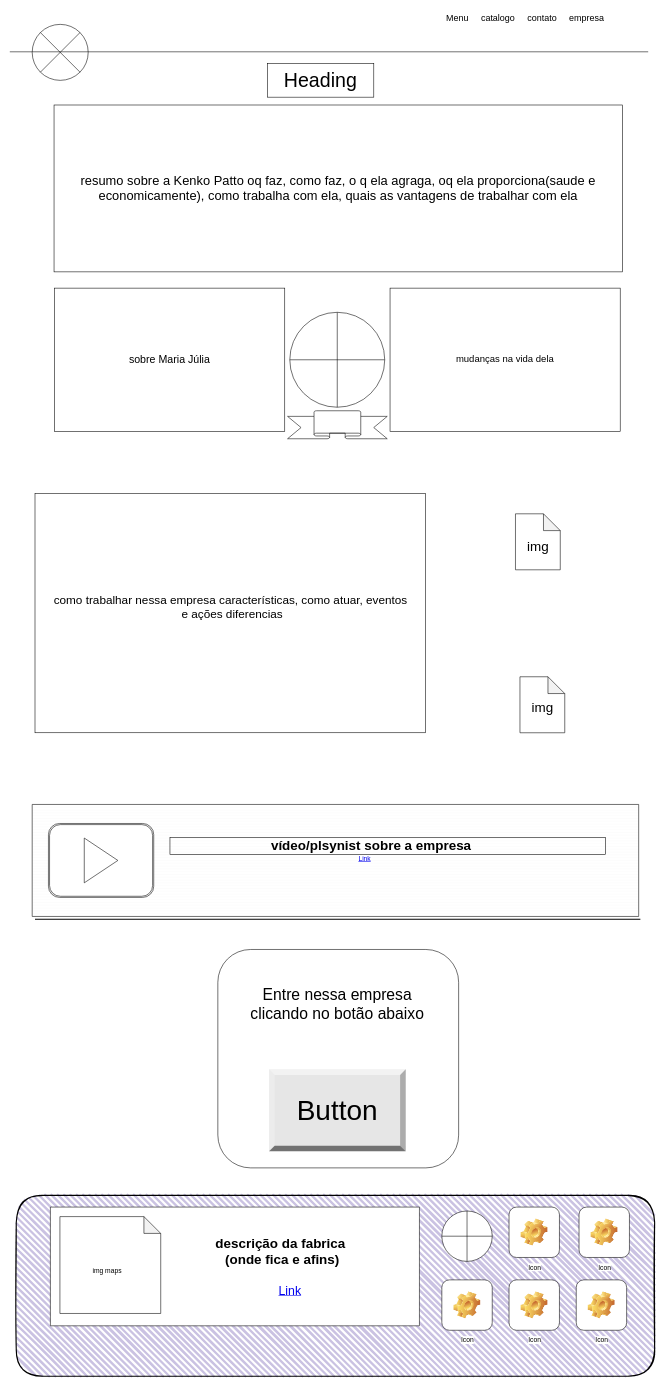
Before: page "Página-1" (1 of 2) of Diagrama sem nome.drawio in josezito69/html5css3, a draw.io diagram. Source tidied: cells renumbered, new cells numbered last; positions are measured from the earlier drawing's top-left corner, leaving out a move shared by most shapes. Both pictures are drawn from the tidied source at 56%, with x=0, y=0 at pixel (10, 10).
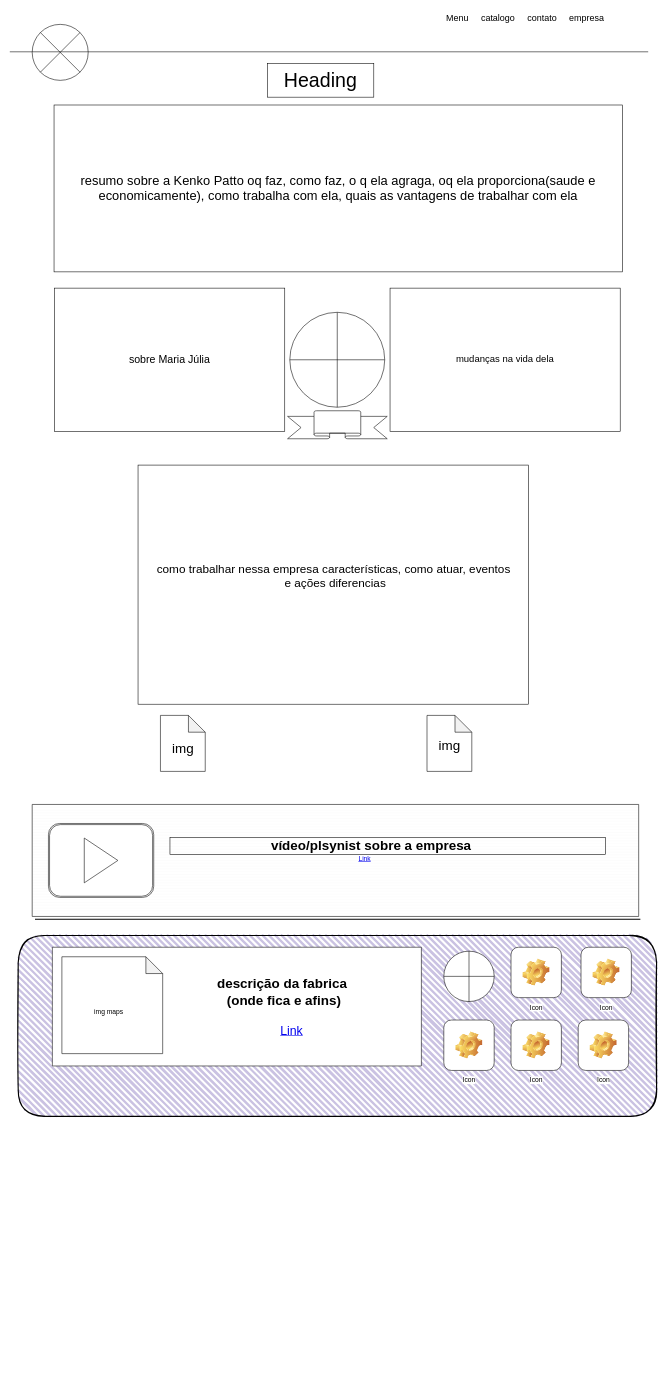
The same page after the edit.

The edit, as a diff of the source:
```diff
@@
-    <mxCell id="2" style="rounded=1;whiteSpace=wrap;html=1;" parent="1" vertex="1">
-      <mxGeometry x="371.5" y="1678" width="430" height="390" as="geometry" />
-    </mxCell>
-    <mxCell id="3" style="rounded=1;whiteSpace=wrap;html=1;strokeWidth=2;fillWeight=4;hachureGap=8;hachureAngle=45;fillColor=#CAC2E2;sketch=1;" parent="1" vertex="1">
-      <mxGeometry x="11.5" y="2117" width="1140" height="323" as="geometry" />
-    </mxCell>
-    <mxCell id="4" style="rounded=0;whiteSpace=wrap;html=1;verticalAlign=bottom;" parent="1" vertex="1">
-      <mxGeometry x="45" y="864" width="697" height="427" as="geometry" />
-    </mxCell>
@@
+    <mxCell id="14" style="line;strokeWidth=2;html=1;" parent="1" vertex="1">
+      <mxGeometry x="45" y="1619" width="1081" height="10" as="geometry" />
+    </mxCell>
+    <mxCell id="19" style="verticalLabelPosition=bottom;verticalAlign=top;html=1;shape=mxgraph.basic.banner;" parent="1" vertex="1">
+      <mxGeometry x="496" y="716" width="178" height="50" as="geometry" />
+    </mxCell>
+    <mxCell id="38" style="group;" parent="1" vertex="1">
+      <mxGeometry x="259" y="1260" width="100" height="100" as="geometry" />
+    </mxCell>
+    <mxCell id="20" style="shape=note;whiteSpace=wrap;html=1;backgroundOutline=1;darkOpacity=0.05;" parent="38" vertex="1">
+      <mxGeometry x="10" width="80" height="100" as="geometry" />
+    </mxCell>
+    <mxCell id="22" value="&lt;span style=&quot;font-weight: normal;&quot;&gt;img&lt;/span&gt;" style="text;strokeColor=none;fillColor=none;html=1;fontSize=24;fontStyle=1;verticalAlign=middle;align=center;" parent="38" vertex="1">
+      <mxGeometry y="39" width="100" height="40" as="geometry" />
+    </mxCell>
+    <mxCell id="39" style="group;" parent="1" vertex="1">
+      <mxGeometry x="735" y="1260" width="100" height="100" as="geometry" />
+    </mxCell>
+    <mxCell id="21" style="shape=note;whiteSpace=wrap;html=1;backgroundOutline=1;darkOpacity=0.05;" parent="39" vertex="1">
+      <mxGeometry x="10" width="80" height="100" as="geometry" />
+    </mxCell>
+    <mxCell id="23" value="&lt;span style=&quot;font-weight: normal;&quot;&gt;img&lt;/span&gt;" style="text;strokeColor=none;fillColor=none;html=1;fontSize=24;fontStyle=1;verticalAlign=middle;align=center;" parent="39" vertex="1">
+      <mxGeometry y="35" width="100" height="40" as="geometry" />
+    </mxCell>
+    <mxCell id="40" style="group;" parent="1" vertex="1">
+      <mxGeometry x="229" y="813" width="697" height="427" as="geometry" />
+    </mxCell>
+    <mxCell id="4" style="rounded=0;whiteSpace=wrap;html=1;verticalAlign=bottom;" parent="40" vertex="1">
+      <mxGeometry width="697" height="427" as="geometry" />
+    </mxCell>
-    <mxCell id="13" value="&lt;font style=&quot;font-size: 21px;&quot;&gt;como trabalhar nessa empresa características, como atuar, eventos&lt;br&gt;&amp;nbsp;e ações diferencias&lt;/font&gt;&lt;div&gt;&lt;font style=&quot;font-size: 21px;&quot;&gt;&lt;br&gt;&lt;/font&gt;&lt;/div&gt;" style="text;html=1;align=center;verticalAlign=middle;strokeColor=none;fillColor=none;fontSize=21;" parent="1" vertex="1">
-      <mxGeometry x="69" y="1033.5" width="649" height="88" as="geometry" />
+    <mxCell id="13" value="&lt;font style=&quot;font-size: 21px;&quot;&gt;como trabalhar nessa empresa características, como atuar, eventos&lt;br&gt;&amp;nbsp;e ações diferencias&lt;/font&gt;&lt;div&gt;&lt;font style=&quot;font-size: 21px;&quot;&gt;&lt;br&gt;&lt;/font&gt;&lt;/div&gt;" style="text;html=1;align=center;verticalAlign=middle;strokeColor=none;fillColor=none;fontSize=21;" parent="40" vertex="1">
+      <mxGeometry x="24" y="167" width="649" height="88" as="geometry" />
     </mxCell>
-    <mxCell id="14" style="line;strokeWidth=2;html=1;" parent="1" vertex="1">
-      <mxGeometry x="45" y="1619" width="1081" height="10" as="geometry" />
-    </mxCell>
-    <mxCell id="15" value="Icon" style="icon;html=1;image=img/clipart/Gear_128x128.png;" parent="1" vertex="1">
-      <mxGeometry x="1011.5" y="2268" width="90" height="90" as="geometry" />
-    </mxCell>
-    <mxCell id="16" value="Icon" style="icon;html=1;image=img/clipart/Gear_128x128.png;" parent="1" vertex="1">
-      <mxGeometry x="891.5" y="2138" width="90" height="90" as="geometry" />
-    </mxCell>
-    <mxCell id="17" style="verticalLabelPosition=bottom;verticalAlign=top;html=1;shape=mxgraph.basic.rect;fillColor2=none;strokeWidth=1;size=20;indent=5;" parent="1" vertex="1">
-      <mxGeometry x="72.5" y="2138" width="659" height="212" as="geometry" />
-    </mxCell>
+    <mxCell id="41" style="group;" parent="1" vertex="1">
+      <mxGeometry x="40" y="1419" width="1083" height="200" as="geometry" />
+    </mxCell>
-    <mxCell id="18" style="verticalLabelPosition=bottom;verticalAlign=top;html=1;shape=mxgraph.basic.patternFillRect;fillStyle=hor;step=5;fillStrokeWidth=0.2;fillStrokeColor=#dddddd;" parent="1" vertex="1">
-      <mxGeometry x="40" y="1419" width="1083" height="200" as="geometry" />
+    <mxCell id="18" style="verticalLabelPosition=bottom;verticalAlign=top;html=1;shape=mxgraph.basic.patternFillRect;fillStyle=hor;step=5;fillStrokeWidth=0.2;fillStrokeColor=#dddddd;" parent="41" vertex="1">
+      <mxGeometry width="1083" height="200" as="geometry" />
     </mxCell>
-    <mxCell id="19" style="verticalLabelPosition=bottom;verticalAlign=top;html=1;shape=mxgraph.basic.banner;" parent="1" vertex="1">
-      <mxGeometry x="496" y="716" width="178" height="50" as="geometry" />
-    </mxCell>
-    <mxCell id="20" style="shape=note;whiteSpace=wrap;html=1;backgroundOutline=1;darkOpacity=0.05;" parent="1" vertex="1">
-      <mxGeometry x="903" y="900" width="80" height="100" as="geometry" />
-    </mxCell>
-    <mxCell id="21" style="shape=note;whiteSpace=wrap;html=1;backgroundOutline=1;darkOpacity=0.05;" parent="1" vertex="1">
-      <mxGeometry x="911" y="1191" width="80" height="100" as="geometry" />
-    </mxCell>
-    <mxCell id="22" value="&lt;span style=&quot;font-weight: normal;&quot;&gt;img&lt;/span&gt;" style="text;strokeColor=none;fillColor=none;html=1;fontSize=24;fontStyle=1;verticalAlign=middle;align=center;" parent="1" vertex="1">
-      <mxGeometry x="893" y="939" width="100" height="40" as="geometry" />
-    </mxCell>
-    <mxCell id="23" value="&lt;span style=&quot;font-weight: normal;&quot;&gt;img&lt;/span&gt;" style="text;strokeColor=none;fillColor=none;html=1;fontSize=24;fontStyle=1;verticalAlign=middle;align=center;" parent="1" vertex="1">
-      <mxGeometry x="901" y="1226" width="100" height="40" as="geometry" />
-    </mxCell>
-    <mxCell id="24" style="shape=ext;double=1;rounded=1;whiteSpace=wrap;html=1;" parent="1" vertex="1">
-      <mxGeometry x="69" y="1453" width="188" height="132" as="geometry" />
+    <mxCell id="24" style="shape=ext;double=1;rounded=1;whiteSpace=wrap;html=1;" parent="41" vertex="1">
+      <mxGeometry x="29" y="34" width="188" height="132" as="geometry" />
     </mxCell>
-    <mxCell id="25" style="triangle;whiteSpace=wrap;html=1;" parent="1" vertex="1">
-      <mxGeometry x="133" y="1479" width="60" height="80" as="geometry" />
+    <mxCell id="25" style="triangle;whiteSpace=wrap;html=1;" parent="41" vertex="1">
+      <mxGeometry x="93" y="60" width="60" height="80" as="geometry" />
     </mxCell>
-    <mxCell id="26" value="&amp;nbsp; &amp;nbsp; &amp;nbsp; &amp;nbsp; &amp;nbsp; &amp;nbsp; &amp;nbsp; &amp;nbsp; &amp;nbsp; &amp;nbsp; &amp;nbsp; &amp;nbsp; &amp;nbsp; &amp;nbsp;vídeo/plsynist sobre a empresa&amp;nbsp; &amp;nbsp; &amp;nbsp; &amp;nbsp; &amp;nbsp; &amp;nbsp; &amp;nbsp; &amp;nbsp; &amp;nbsp; &amp;nbsp; &amp;nbsp; &amp;nbsp; &amp;nbsp; &amp;nbsp; &amp;nbsp; &amp;nbsp; &amp;nbsp; &amp;nbsp;&amp;nbsp;" style="text;strokeColor=none;fillColor=none;html=1;fontSize=24;fontStyle=1;verticalAlign=middle;align=center;labelBorderColor=default;" parent="1" vertex="1">
-      <mxGeometry x="286" y="1473" width="777" height="40" as="geometry" />
+    <mxCell id="26" value="&amp;nbsp; &amp;nbsp; &amp;nbsp; &amp;nbsp; &amp;nbsp; &amp;nbsp; &amp;nbsp; &amp;nbsp; &amp;nbsp; &amp;nbsp; &amp;nbsp; &amp;nbsp; &amp;nbsp; &amp;nbsp;vídeo/plsynist sobre a empresa&amp;nbsp; &amp;nbsp; &amp;nbsp; &amp;nbsp; &amp;nbsp; &amp;nbsp; &amp;nbsp; &amp;nbsp; &amp;nbsp; &amp;nbsp; &amp;nbsp; &amp;nbsp; &amp;nbsp; &amp;nbsp; &amp;nbsp; &amp;nbsp; &amp;nbsp; &amp;nbsp;&amp;nbsp;" style="text;strokeColor=none;fillColor=none;html=1;fontSize=24;fontStyle=1;verticalAlign=middle;align=center;labelBorderColor=default;" parent="41" vertex="1">
+      <mxGeometry x="246" y="54" width="777" height="40" as="geometry" />
     </mxCell>
-    <mxCell id="27" value="Link" style="text;html=1;strokeColor=none;fillColor=none;whiteSpace=wrap;align=center;verticalAlign=middle;fontColor=#0000EE;fontStyle=4;" parent="1" vertex="1">
-      <mxGeometry x="604" y="1496" width="60" height="40" as="geometry" />
+    <mxCell id="27" value="Link" style="text;html=1;strokeColor=none;fillColor=none;whiteSpace=wrap;align=center;verticalAlign=middle;fontColor=#0000EE;fontStyle=4;" parent="41" vertex="1">
+      <mxGeometry x="564" y="77" width="60" height="40" as="geometry" />
     </mxCell>
+    <mxCell id="42" style="group;" parent="1" vertex="1">
+      <mxGeometry x="15" y="1653" width="1140" height="323" as="geometry" />
+    </mxCell>
+    <mxCell id="3" style="rounded=1;whiteSpace=wrap;html=1;strokeWidth=2;fillWeight=4;hachureGap=8;hachureAngle=45;fillColor=#CAC2E2;sketch=1;" parent="42" vertex="1">
+      <mxGeometry width="1140" height="323" as="geometry" />
+    </mxCell>
+    <mxCell id="15" value="Icon" style="icon;html=1;image=img/clipart/Gear_128x128.png;" parent="42" vertex="1">
+      <mxGeometry x="1000" y="151" width="90" height="90" as="geometry" />
+    </mxCell>
+    <mxCell id="16" value="Icon" style="icon;html=1;image=img/clipart/Gear_128x128.png;" parent="42" vertex="1">
+      <mxGeometry x="880" y="21" width="90" height="90" as="geometry" />
+    </mxCell>
+    <mxCell id="17" style="verticalLabelPosition=bottom;verticalAlign=top;html=1;shape=mxgraph.basic.rect;fillColor2=none;strokeWidth=1;size=20;indent=5;" parent="42" vertex="1">
+      <mxGeometry x="61" y="21" width="659" height="212" as="geometry" />
+    </mxCell>
-    <mxCell id="28" value="descrição da fabrica&lt;div&gt;&amp;nbsp;(onde fica e afins)&lt;/div&gt;" style="text;strokeColor=none;fillColor=none;html=1;fontSize=24;fontStyle=1;verticalAlign=middle;align=center;" parent="1" vertex="1">
-      <mxGeometry x="216.5" y="2198" width="532" height="40" as="geometry" />
+    <mxCell id="28" value="descrição da fabrica&lt;div&gt;&amp;nbsp;(onde fica e afins)&lt;/div&gt;" style="text;strokeColor=none;fillColor=none;html=1;fontSize=24;fontStyle=1;verticalAlign=middle;align=center;" parent="42" vertex="1">
+      <mxGeometry x="205" y="81" width="532" height="40" as="geometry" />
     </mxCell>
-    <mxCell id="29" style="shape=note;whiteSpace=wrap;html=1;backgroundOutline=1;darkOpacity=0.05;" parent="1" vertex="1">
-      <mxGeometry x="89.5" y="2155" width="180" height="173" as="geometry" />
+    <mxCell id="29" style="shape=note;whiteSpace=wrap;html=1;backgroundOutline=1;darkOpacity=0.05;" parent="42" vertex="1">
+      <mxGeometry x="78" y="38" width="180" height="173" as="geometry" />
     </mxCell>
-    <mxCell id="30" value="img maps" style="text;html=1;align=center;verticalAlign=middle;whiteSpace=wrap;rounded=0;" parent="1" vertex="1">
-      <mxGeometry x="143.5" y="2238" width="60" height="30" as="geometry" />
+    <mxCell id="30" value="img maps" style="text;html=1;align=center;verticalAlign=middle;whiteSpace=wrap;rounded=0;" parent="42" vertex="1">
+      <mxGeometry x="132" y="121" width="60" height="30" as="geometry" />
     </mxCell>
-    <mxCell id="31" value="&lt;font style=&quot;font-size: 22px;&quot;&gt;Link&lt;/font&gt;" style="text;html=1;strokeColor=none;fillColor=none;whiteSpace=wrap;align=center;verticalAlign=middle;fontColor=#0000EE;fontStyle=4;" parent="1" vertex="1">
-      <mxGeometry x="278.5" y="2268" width="443" height="40" as="geometry" />
+    <mxCell id="31" value="&lt;font style=&quot;font-size: 22px;&quot;&gt;Link&lt;/font&gt;" style="text;html=1;strokeColor=none;fillColor=none;whiteSpace=wrap;align=center;verticalAlign=middle;fontColor=#0000EE;fontStyle=4;" parent="42" vertex="1">
+      <mxGeometry x="267" y="151" width="443" height="40" as="geometry" />
     </mxCell>
-    <mxCell id="32" value="Icon" style="icon;html=1;image=img/clipart/Gear_128x128.png;" parent="1" vertex="1">
-      <mxGeometry x="1016.5" y="2138" width="90" height="90" as="geometry" />
+    <mxCell id="32" value="Icon" style="icon;html=1;image=img/clipart/Gear_128x128.png;" parent="42" vertex="1">
+      <mxGeometry x="1005" y="21" width="90" height="90" as="geometry" />
     </mxCell>
-    <mxCell id="33" value="Icon" style="icon;html=1;image=img/clipart/Gear_128x128.png;" parent="1" vertex="1">
-      <mxGeometry x="771.5" y="2268" width="90" height="90" as="geometry" />
+    <mxCell id="33" value="Icon" style="icon;html=1;image=img/clipart/Gear_128x128.png;" parent="42" vertex="1">
+      <mxGeometry x="760" y="151" width="90" height="90" as="geometry" />
     </mxCell>
-    <mxCell id="34" value="Icon" style="icon;html=1;image=img/clipart/Gear_128x128.png;" parent="1" vertex="1">
-      <mxGeometry x="891.5" y="2268" width="90" height="90" as="geometry" />
+    <mxCell id="34" value="Icon" style="icon;html=1;image=img/clipart/Gear_128x128.png;" parent="42" vertex="1">
+      <mxGeometry x="880" y="151" width="90" height="90" as="geometry" />
     </mxCell>
-    <mxCell id="35" style="shape=orEllipse;perimeter=ellipsePerimeter;whiteSpace=wrap;html=1;backgroundOutline=1;" parent="1" vertex="1">
-      <mxGeometry x="771.5" y="2145" width="90" height="90" as="geometry" />
+    <mxCell id="35" style="shape=orEllipse;perimeter=ellipsePerimeter;whiteSpace=wrap;html=1;backgroundOutline=1;" parent="42" vertex="1">
+      <mxGeometry x="760" y="28" width="90" height="90" as="geometry" />
     </mxCell>
-    <mxCell id="36" value="Entre nessa empresa clicando no botão abaixo" style="text;html=1;align=center;verticalAlign=middle;whiteSpace=wrap;rounded=0;fontSize=28;" parent="1" vertex="1">
-      <mxGeometry x="420" y="1761" width="330" height="30" as="geometry" />
-    </mxCell>
-    <mxCell id="37" value="&lt;font style=&quot;font-size: 50px;&quot;&gt;Button&lt;/font&gt;" style="labelPosition=center;verticalLabelPosition=middle;align=center;html=1;shape=mxgraph.basic.shaded_button;dx=10;fillColor=#E6E6E6;strokeColor=none;whiteSpace=wrap;" parent="1" vertex="1">
-      <mxGeometry x="463" y="1892" width="244" height="146.4" as="geometry" />
-    </mxCell>
```
